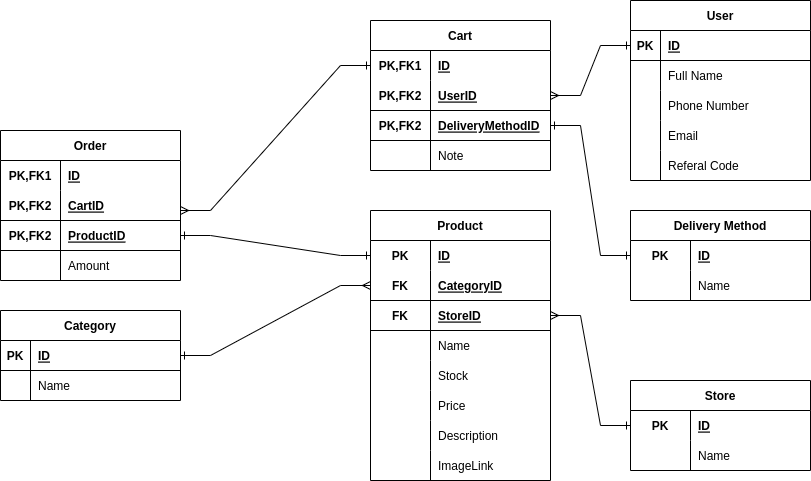
Above: ERD Design.png in ARF-DEV/WoiShop-API (draw.io), before the change. Source tidied: cells renumbered, new cells last; positions are measured from the earlier drawing's top-left corner, leaving out a move shared by most shapes.
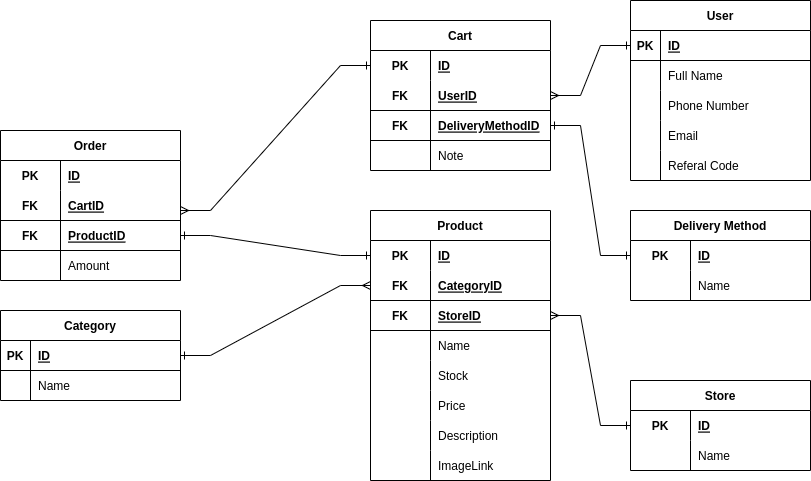
Above is the later version.

Commit message:
chore : update ERD design

Diff of the diagram source:
```diff
@@ -155,7 +155,7 @@
     <mxCell id="52" style="shape=tableRow;horizontal=0;startSize=0;swimlaneHead=0;swimlaneBody=0;fillColor=none;top=0;left=0;right=0;bottom=0;" parent="51" vertex="1">
       <mxGeometry y="30" width="180" height="30" as="geometry" />
     </mxCell>
-    <mxCell id="53" value="PK,FK1" style="shape=partialRectangle;fillColor=none;top=0;left=0;bottom=0;right=0;fontStyle=1;overflow=hidden;" parent="52" vertex="1">
+    <mxCell id="53" value="PK" style="shape=partialRectangle;fillColor=none;top=0;left=0;bottom=0;right=0;fontStyle=1;overflow=hidden;" parent="52" vertex="1">
       <mxGeometry width="60" height="30" as="geometry" />
     </mxCell>
     <mxCell id="54" value="ID" style="shape=partialRectangle;fillColor=none;top=0;left=0;bottom=0;right=0;align=left;spacingLeft=6;fontStyle=5;overflow=hidden;" parent="52" vertex="1">
@@ -164,7 +164,7 @@
     <mxCell id="55" style="shape=tableRow;horizontal=0;startSize=0;swimlaneHead=0;swimlaneBody=0;fillColor=none;top=0;left=0;right=0;bottom=1;" parent="51" vertex="1">
       <mxGeometry y="60" width="180" height="30" as="geometry" />
     </mxCell>
-    <mxCell id="56" value="PK,FK2" style="shape=partialRectangle;fillColor=none;top=0;left=0;bottom=0;right=0;fontStyle=1;overflow=hidden;" parent="55" vertex="1">
+    <mxCell id="56" value="FK" style="shape=partialRectangle;fillColor=none;top=0;left=0;bottom=0;right=0;fontStyle=1;overflow=hidden;" parent="55" vertex="1">
       <mxGeometry width="60" height="30" as="geometry" />
     </mxCell>
     <mxCell id="57" value="CartID" style="shape=partialRectangle;fillColor=none;top=0;left=0;bottom=0;right=0;align=left;spacingLeft=6;fontStyle=5;overflow=hidden;" parent="55" vertex="1">
@@ -173,7 +173,7 @@
     <mxCell id="58" style="shape=tableRow;horizontal=0;startSize=0;swimlaneHead=0;swimlaneBody=0;fillColor=none;points=[[0,0.5],[1,0.5]];portConstraint=eastwest;top=0;left=0;right=0;bottom=1;" parent="51" vertex="1">
       <mxGeometry y="90" width="180" height="30" as="geometry" />
     </mxCell>
-    <mxCell id="59" value="PK,FK2" style="shape=partialRectangle;fillColor=none;top=0;left=0;bottom=0;right=0;fontStyle=1;overflow=hidden;" parent="58" vertex="1">
+    <mxCell id="59" value="FK" style="shape=partialRectangle;fillColor=none;top=0;left=0;bottom=0;right=0;fontStyle=1;overflow=hidden;" parent="58" vertex="1">
       <mxGeometry width="60" height="30" as="geometry" />
     </mxCell>
     <mxCell id="60" value="ProductID" style="shape=partialRectangle;fillColor=none;top=0;left=0;bottom=0;right=0;align=left;spacingLeft=6;fontStyle=5;overflow=hidden;" parent="58" vertex="1">
@@ -194,7 +194,7 @@
     <mxCell id="65" style="shape=tableRow;horizontal=0;startSize=0;swimlaneHead=0;swimlaneBody=0;fillColor=none;points=[[0,0.5],[1,0.5]];portConstraint=eastwest;top=0;left=0;right=0;bottom=0;" parent="64" vertex="1">
       <mxGeometry y="30" width="180" height="30" as="geometry" />
     </mxCell>
-    <mxCell id="66" value="PK,FK1" style="shape=partialRectangle;fillColor=none;top=0;left=0;bottom=0;right=0;fontStyle=1;overflow=hidden;" parent="65" vertex="1">
+    <mxCell id="66" value="PK" style="shape=partialRectangle;fillColor=none;top=0;left=0;bottom=0;right=0;fontStyle=1;overflow=hidden;" parent="65" vertex="1">
       <mxGeometry width="60" height="30" as="geometry" />
     </mxCell>
     <mxCell id="67" value="ID" style="shape=partialRectangle;fillColor=none;top=0;left=0;bottom=0;right=0;align=left;spacingLeft=6;fontStyle=5;overflow=hidden;" parent="65" vertex="1">
@@ -203,7 +203,7 @@
     <mxCell id="68" style="shape=tableRow;horizontal=0;startSize=0;swimlaneHead=0;swimlaneBody=0;fillColor=none;points=[[0,0.5],[1,0.5]];portConstraint=eastwest;top=0;left=0;right=0;bottom=1;" parent="64" vertex="1">
       <mxGeometry y="60" width="180" height="30" as="geometry" />
     </mxCell>
-    <mxCell id="69" value="PK,FK2" style="shape=partialRectangle;fillColor=none;top=0;left=0;bottom=0;right=0;fontStyle=1;overflow=hidden;" parent="68" vertex="1">
+    <mxCell id="69" value="FK" style="shape=partialRectangle;fillColor=none;top=0;left=0;bottom=0;right=0;fontStyle=1;overflow=hidden;" parent="68" vertex="1">
       <mxGeometry width="60" height="30" as="geometry" />
     </mxCell>
     <mxCell id="70" value="UserID" style="shape=partialRectangle;fillColor=none;top=0;left=0;bottom=0;right=0;align=left;spacingLeft=6;fontStyle=5;overflow=hidden;" parent="68" vertex="1">
@@ -212,7 +212,7 @@
     <mxCell id="71" style="shape=tableRow;horizontal=0;startSize=0;swimlaneHead=0;swimlaneBody=0;fillColor=none;points=[[0,0.5],[1,0.5]];portConstraint=eastwest;top=0;left=0;right=0;bottom=1;" parent="64" vertex="1">
       <mxGeometry y="90" width="180" height="30" as="geometry" />
     </mxCell>
-    <mxCell id="72" value="PK,FK2" style="shape=partialRectangle;fillColor=none;top=0;left=0;bottom=0;right=0;fontStyle=1;overflow=hidden;" parent="71" vertex="1">
+    <mxCell id="72" value="FK" style="shape=partialRectangle;fillColor=none;top=0;left=0;bottom=0;right=0;fontStyle=1;overflow=hidden;" parent="71" vertex="1">
       <mxGeometry width="60" height="30" as="geometry" />
     </mxCell>
     <mxCell id="73" value="DeliveryMethodID" style="shape=partialRectangle;fillColor=none;top=0;left=0;bottom=0;right=0;align=left;spacingLeft=6;fontStyle=5;overflow=hidden;" parent="71" vertex="1">
```
